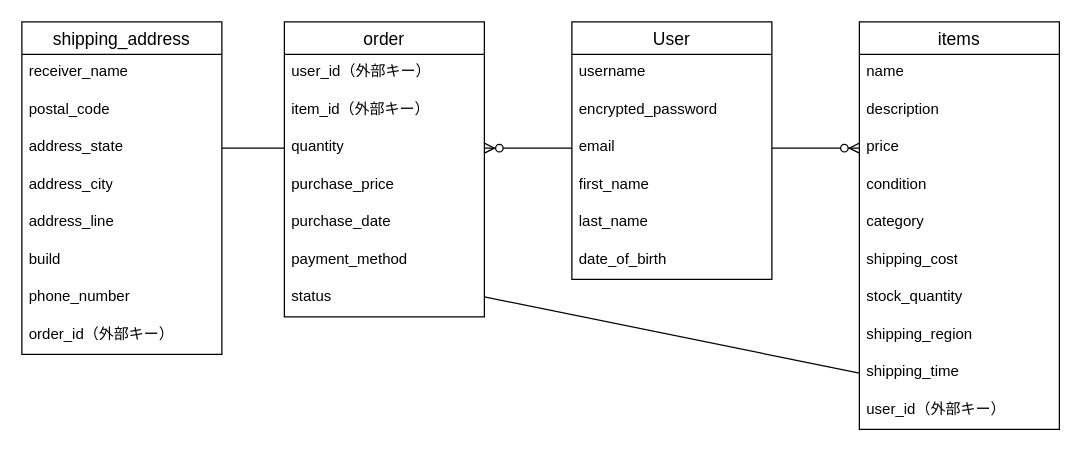
agkazuya/furima-41808 keeps this draw.io diagram as ER.dio. Above is the earlier version. Source tidied: cells renumbered, new cells numbered last; positions are measured from the earlier drawing's top-left corner, leaving out a move shared by most shapes. Both pictures are drawn from the tidied source at 125%, with x=0, y=0 at pixel (21, 21).
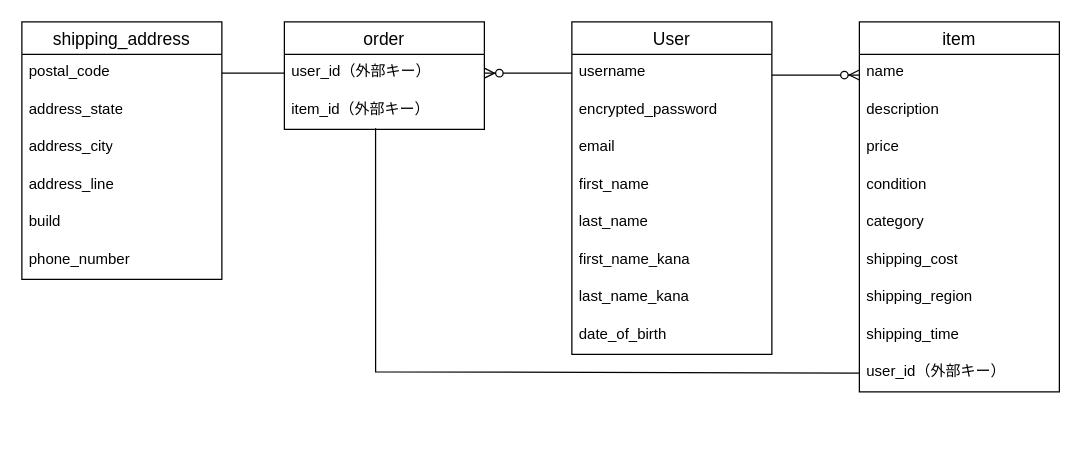
Above is the later version.

Commit message (it also covers changes not shown here):
データベース設計

The change refers to these unchanged cells:
```xml
<mxCell id="3" value="username" style="text;strokeColor=none;fillColor=none;spacingLeft=4;spacingRight=4;overflow=hidden;points=[[0,0.5],[1,0.5]];portConstraint=eastwest;fontSize=12;whiteSpace=wrap;html=1;" parent="2" vertex="1">
  <mxGeometry y="26" width="160" height="30" as="geometry" />
</mxCell>
<mxCell id="5" value="email" style="text;strokeColor=none;fillColor=none;spacingLeft=4;spacingRight=4;overflow=hidden;points=[[0,0.5],[1,0.5]];portConstraint=eastwest;fontSize=12;whiteSpace=wrap;html=1;" parent="2" vertex="1">
  <mxGeometry y="86" width="160" height="30" as="geometry" />
</mxCell>
<mxCell id="22" value="user_id（外部キー）" style="text;strokeColor=none;fillColor=none;spacingLeft=4;spacingRight=4;overflow=hidden;points=[[0,0.5],[1,0.5]];portConstraint=eastwest;fontSize=12;whiteSpace=wrap;html=1;" parent="21" vertex="1">
  <mxGeometry y="26" width="160" height="30" as="geometry" />
</mxCell>
<mxCell id="23" value="item_id（外部キー）" style="text;strokeColor=none;fillColor=none;spacingLeft=4;spacingRight=4;overflow=hidden;points=[[0,0.5],[1,0.5]];portConstraint=eastwest;fontSize=12;whiteSpace=wrap;html=1;" parent="21" vertex="1">
  <mxGeometry y="56" width="160" height="30" as="geometry" />
</mxCell>
```

The edit, as a diff of the source:
```diff
@@
     <mxCell id="2" value="User" style="swimlane;fontStyle=0;horizontal=1;startSize=26;align=center;fontSize=14;" parent="1" vertex="1">
-      <mxGeometry x="440" width="160" height="206" as="geometry" />
+      <mxGeometry x="440" width="160" height="266" as="geometry" />
     </mxCell>
@@
+    <mxCell id="41" value="first_name_kana" style="text;strokeColor=none;fillColor=none;spacingLeft=4;spacingRight=4;overflow=hidden;fontSize=12;whiteSpace=wrap;html=1;" parent="2" vertex="1">
+      <mxGeometry y="176" width="160" height="30" as="geometry" />
+    </mxCell>
+    <mxCell id="42" value="last_name_kana" style="text;strokeColor=none;fillColor=none;spacingLeft=4;spacingRight=4;overflow=hidden;fontSize=12;whiteSpace=wrap;html=1;" parent="2" vertex="1">
+      <mxGeometry y="206" width="160" height="30" as="geometry" />
+    </mxCell>
     <mxCell id="8" value="date_of_birth" style="text;strokeColor=none;fillColor=none;spacingLeft=4;spacingRight=4;overflow=hidden;fontSize=12;whiteSpace=wrap;html=1;" parent="2" vertex="1">
-      <mxGeometry y="176" width="160" height="30" as="geometry" />
+      <mxGeometry y="236" width="160" height="30" as="geometry" />
     </mxCell>
-    <mxCell id="9" value="items" style="swimlane;fontStyle=0;horizontal=1;startSize=26;align=center;fontSize=14;" parent="1" vertex="1">
-      <mxGeometry x="670" width="160" height="326" as="geometry" />
+    <mxCell id="9" value="item" style="swimlane;fontStyle=0;horizontal=1;startSize=26;align=center;fontSize=14;" parent="1" vertex="1">
+      <mxGeometry x="670" width="160" height="296" as="geometry" />
     </mxCell>
@@
-    <mxCell id="16" value="stock_quantity" style="text;strokeColor=none;fillColor=none;spacingLeft=4;spacingRight=4;overflow=hidden;fontSize=12;whiteSpace=wrap;html=1;" parent="9" vertex="1">
-      <mxGeometry y="206" width="160" height="30" as="geometry" />
-    </mxCell>
     <mxCell id="17" value="shipping_region" style="text;strokeColor=none;fillColor=none;spacingLeft=4;spacingRight=4;overflow=hidden;fontSize=12;whiteSpace=wrap;html=1;" parent="9" vertex="1">
-      <mxGeometry y="236" width="160" height="30" as="geometry" />
+      <mxGeometry y="206" width="160" height="30" as="geometry" />
     </mxCell>
     <mxCell id="18" value="shipping_time" style="text;strokeColor=none;fillColor=none;spacingLeft=4;spacingRight=4;overflow=hidden;points=[[0,0.5],[1,0.5]];portConstraint=eastwest;fontSize=12;whiteSpace=wrap;html=1;" parent="9" vertex="1">
-      <mxGeometry y="266" width="160" height="30" as="geometry" />
+      <mxGeometry y="236" width="160" height="30" as="geometry" />
     </mxCell>
     <mxCell id="19" value="user_id（外部キー）" style="text;strokeColor=none;fillColor=none;spacingLeft=4;spacingRight=4;overflow=hidden;points=[[0,0.5],[1,0.5]];portConstraint=eastwest;fontSize=12;whiteSpace=wrap;html=1;" parent="9" vertex="1">
-      <mxGeometry y="296" width="160" height="30" as="geometry" />
+      <mxGeometry y="266" width="160" height="30" as="geometry" />
     </mxCell>
-    <mxCell id="20" style="edgeStyle=entityRelationEdgeStyle;fontSize=12;html=1;endArrow=ERzeroToMany;endFill=1;exitX=1;exitY=0.5;exitDx=0;exitDy=0;entryX=0;entryY=0.5;entryDx=0;entryDy=0;strokeWidth=1;jumpSize=9;" parent="1" edge="1" source="5">
+    <mxCell id="20" style="edgeStyle=entityRelationEdgeStyle;fontSize=12;html=1;endArrow=ERzeroToMany;endFill=1;exitX=1;exitY=0.5;exitDx=0;exitDy=0;entryX=0;entryY=0.5;entryDx=0;entryDy=0;strokeWidth=1;jumpSize=9;" parent="1" edge="1">
       <mxGeometry relative="1" as="geometry">
-        <mxPoint x="670" y="101" as="targetPoint" />
+        <mxPoint x="600" y="42.5" as="sourcePoint" />
+        <mxPoint x="670" y="42.5" as="targetPoint" />
         <Array as="points">
-          <mxPoint x="600" y="101" />
+          <mxPoint x="600" y="42.5" />
+          <mxPoint x="630" y="-18.5" />
         </Array>
       </mxGeometry>
     </mxCell>
     <mxCell id="21" value="order" style="swimlane;fontStyle=0;horizontal=1;startSize=26;align=center;fontSize=14;" parent="1" vertex="1">
-      <mxGeometry x="210" width="160" height="236" as="geometry" />
+      <mxGeometry x="210" width="160" height="86" as="geometry" />
     </mxCell>
@@
-    <mxCell id="24" value="quantity" style="text;strokeColor=none;fillColor=none;spacingLeft=4;spacingRight=4;overflow=hidden;points=[[0,0.5],[1,0.5]];portConstraint=eastwest;fontSize=12;whiteSpace=wrap;html=1;" parent="21" vertex="1">
-      <mxGeometry y="86" width="160" height="30" as="geometry" />
-    </mxCell>
-    <mxCell id="25" value="purchase_price" style="text;strokeColor=none;fillColor=none;spacingLeft=4;spacingRight=4;overflow=hidden;fontSize=12;whiteSpace=wrap;html=1;" parent="21" vertex="1">
-      <mxGeometry y="116" width="160" height="30" as="geometry" />
-    </mxCell>
-    <mxCell id="26" value="purchase_date" style="text;strokeColor=none;fillColor=none;spacingLeft=4;spacingRight=4;overflow=hidden;fontSize=12;whiteSpace=wrap;html=1;" parent="21" vertex="1">
-      <mxGeometry y="146" width="160" height="30" as="geometry" />
-    </mxCell>
-    <mxCell id="27" value="payment_method" style="text;strokeColor=none;fillColor=none;spacingLeft=4;spacingRight=4;overflow=hidden;fontSize=12;whiteSpace=wrap;html=1;" parent="21" vertex="1">
-      <mxGeometry y="176" width="160" height="30" as="geometry" />
-    </mxCell>
-    <mxCell id="28" value="status" style="text;strokeColor=none;fillColor=none;spacingLeft=4;spacingRight=4;overflow=hidden;fontSize=12;whiteSpace=wrap;html=1;" parent="21" vertex="1">
-      <mxGeometry y="206" width="160" height="30" as="geometry" />
-    </mxCell>
-    <mxCell id="29" style="edgeStyle=entityRelationEdgeStyle;fontSize=12;html=1;endArrow=ERzeroToMany;endFill=1;exitX=0;exitY=0.5;exitDx=0;exitDy=0;entryX=1;entryY=0.5;entryDx=0;entryDy=0;" parent="1" edge="1" source="5" target="24">
+    <mxCell id="29" style="edgeStyle=entityRelationEdgeStyle;fontSize=12;html=1;endArrow=ERzeroToMany;endFill=1;exitX=0;exitY=0.5;exitDx=0;exitDy=0;entryX=1;entryY=0.5;entryDx=0;entryDy=0;" parent="1" edge="1" source="3" target="22">
       <mxGeometry relative="1" as="geometry" />
     </mxCell>
     <mxCell id="30" value="shipping_address" style="swimlane;fontStyle=0;horizontal=1;startSize=26;align=center;fontSize=14;" parent="1" vertex="1">
-      <mxGeometry width="160" height="266" as="geometry" />
+      <mxGeometry width="160" height="206" as="geometry" />
     </mxCell>
-    <mxCell id="31" value="receiver_name" style="text;spacingLeft=4;spacingRight=4;overflow=hidden;fontSize=12;whiteSpace=wrap;html=1;" parent="30" vertex="1">
-      <mxGeometry y="26" width="160" height="30" as="geometry" />
-    </mxCell>
     <mxCell id="32" value="postal_code" style="text;strokeColor=none;fillColor=none;spacingLeft=4;spacingRight=4;overflow=hidden;points=[[0,0.5],[1,0.5]];portConstraint=eastwest;fontSize=12;whiteSpace=wrap;html=1;" parent="30" vertex="1">
-      <mxGeometry y="56" width="160" height="30" as="geometry" />
+      <mxGeometry y="26" width="160" height="30" as="geometry" />
     </mxCell>
     <mxCell id="33" value="address_state" style="text;strokeColor=none;fillColor=none;spacingLeft=4;spacingRight=4;overflow=hidden;points=[[0,0.5],[1,0.5]];portConstraint=eastwest;fontSize=12;whiteSpace=wrap;html=1;" parent="30" vertex="1">
-      <mxGeometry y="86" width="160" height="30" as="geometry" />
+      <mxGeometry y="56" width="160" height="30" as="geometry" />
     </mxCell>
     <mxCell id="34" value="address_city" style="text;strokeColor=none;fillColor=none;spacingLeft=4;spacingRight=4;overflow=hidden;fontSize=12;whiteSpace=wrap;html=1;" parent="30" vertex="1">
-      <mxGeometry y="116" width="160" height="30" as="geometry" />
+      <mxGeometry y="86" width="160" height="30" as="geometry" />
     </mxCell>
     <mxCell id="35" value="address_line" style="text;strokeColor=none;fillColor=none;spacingLeft=4;spacingRight=4;overflow=hidden;fontSize=12;whiteSpace=wrap;html=1;" parent="30" vertex="1">
-      <mxGeometry y="146" width="160" height="30" as="geometry" />
+      <mxGeometry y="116" width="160" height="30" as="geometry" />
     </mxCell>
     <mxCell id="36" value="build" style="text;strokeColor=none;fillColor=none;spacingLeft=4;spacingRight=4;overflow=hidden;fontSize=12;whiteSpace=wrap;html=1;" parent="30" vertex="1">
-      <mxGeometry y="176" width="160" height="30" as="geometry" />
+      <mxGeometry y="146" width="160" height="30" as="geometry" />
     </mxCell>
     <mxCell id="37" value="phone_number" style="text;strokeColor=none;fillColor=none;spacingLeft=4;spacingRight=4;overflow=hidden;fontSize=12;whiteSpace=wrap;html=1;" parent="30" vertex="1">
-      <mxGeometry y="206" width="160" height="30" as="geometry" />
+      <mxGeometry y="176" width="160" height="30" as="geometry" />
     </mxCell>
-    <mxCell id="38" value="order_id（外部キー）" style="text;strokeColor=none;fillColor=none;spacingLeft=4;spacingRight=4;overflow=hidden;fontSize=12;whiteSpace=wrap;html=1;" parent="30" vertex="1">
-      <mxGeometry y="236" width="160" height="30" as="geometry" />
-    </mxCell>
-    <mxCell id="39" style="endArrow=none;html=1;rounded=0;entryX=0;entryY=0.5;entryDx=0;entryDy=0;" parent="1" edge="1" target="18">
+    <mxCell id="39" style="endArrow=none;html=1;rounded=0;entryX=0;entryY=0.5;entryDx=0;entryDy=0;exitX=0.456;exitY=0.967;exitDx=0;exitDy=0;exitPerimeter=0;" parent="1" edge="1" source="23" target="19">
       <mxGeometry relative="1" as="geometry">
-        <mxPoint x="370" y="220" as="sourcePoint" />
+        <Array as="points">
+          <mxPoint x="283" y="280" />
+        </Array>
       </mxGeometry>
     </mxCell>
-    <mxCell id="40" style="endArrow=none;html=1;rounded=0;entryX=0;entryY=0.5;entryDx=0;entryDy=0;exitX=1;exitY=0.5;exitDx=0;exitDy=0;" parent="1" edge="1" source="33" target="24">
+    <mxCell id="40" style="endArrow=none;html=1;rounded=0;entryX=0;entryY=0.5;entryDx=0;entryDy=0;exitX=1;exitY=0.5;exitDx=0;exitDy=0;" parent="1" edge="1" source="32" target="22">
       <mxGeometry relative="1" as="geometry" />
     </mxCell>
```
